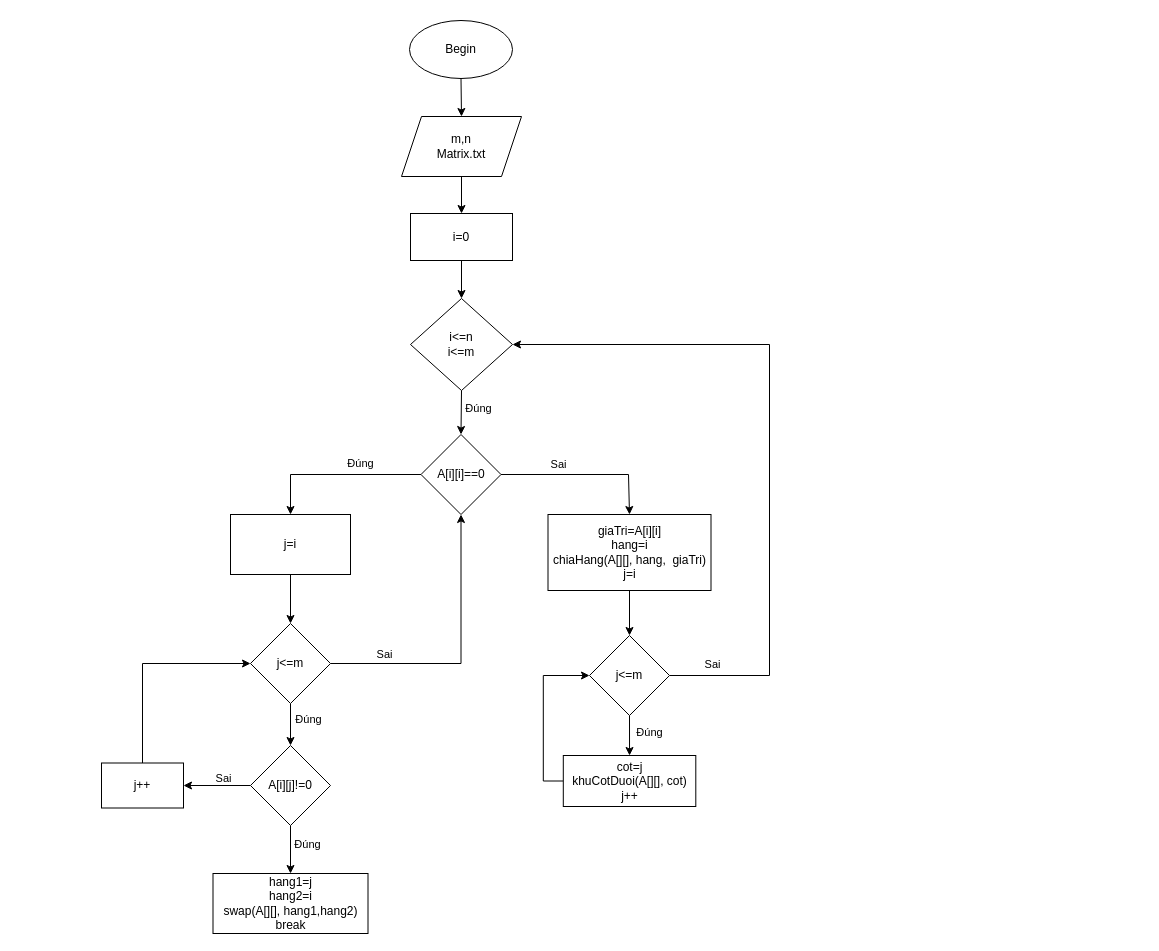
Above: Matrix_flowchart.drawio in Neal005/DrawnIO (draw.io), before the change. Source tidied: cells renumbered, new cells numbered last; positions are measured from the earlier drawing's top-left corner, leaving out a move shared by most shapes. Both pictures are drawn from the tidied source at 100%, with x=0, y=0 at pixel (101, 20).
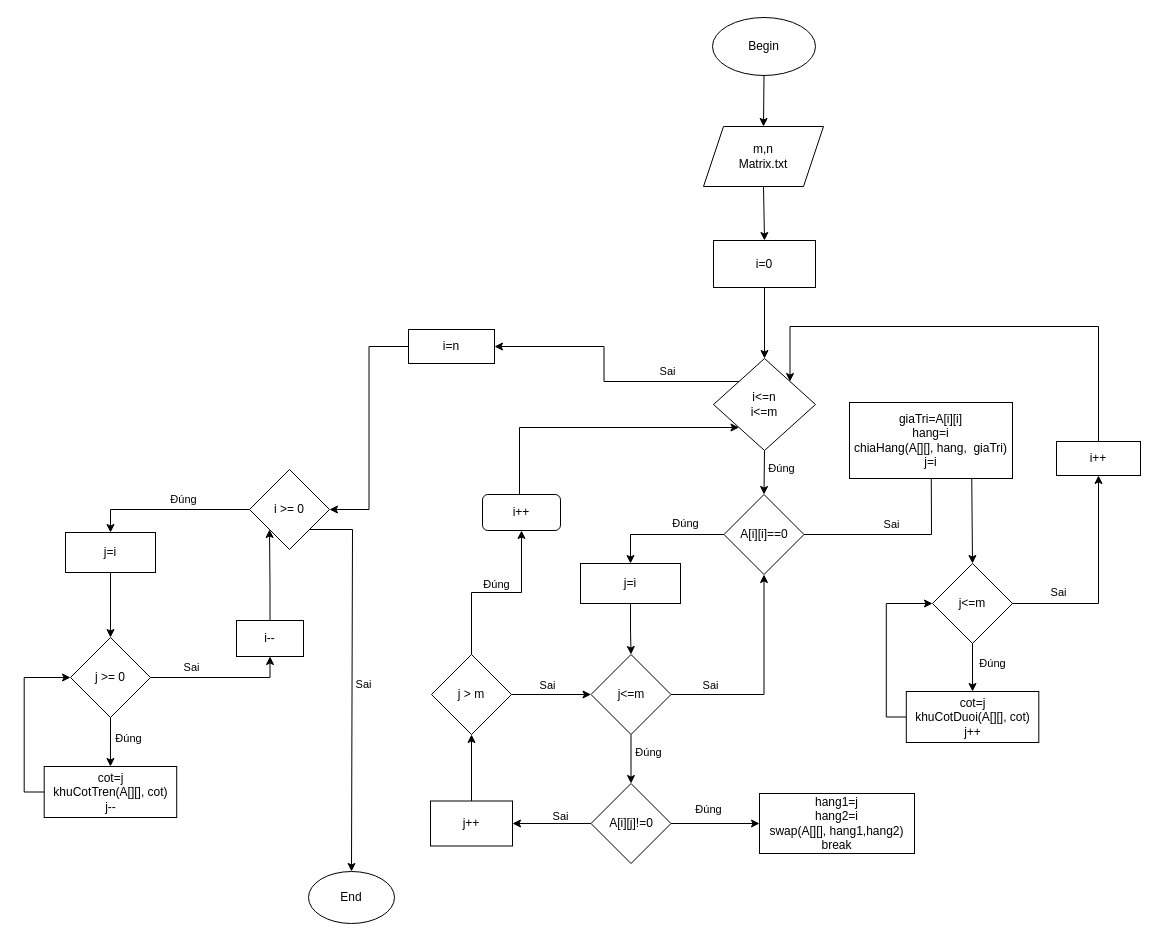
After the change.

What changed in the source:
```diff
@@
     <mxCell id="2" value="Begin" style="ellipse;whiteSpace=wrap;html=1;" parent="1" vertex="1">
-      <mxGeometry x="308" width="103" height="58" as="geometry" />
+      <mxGeometry x="611" y="-3" width="103" height="58" as="geometry" />
     </mxCell>
     <mxCell id="3" value="&lt;div&gt;m,n&lt;/div&gt;Matrix.txt" style="shape=parallelogram;perimeter=parallelogramPerimeter;whiteSpace=wrap;html=1;fixedSize=1;" parent="1" vertex="1">
-      <mxGeometry x="300" y="96" width="120" height="60" as="geometry" />
+      <mxGeometry x="602" y="106" width="120" height="60" as="geometry" />
     </mxCell>
@@
+    <mxCell id="40" style="edgeStyle=orthogonalEdgeStyle;rounded=0;jettySize=auto;html=1;exitX=0;exitY=0;exitDx=0;exitDy=0;entryX=1;entryY=0.5;entryDx=0;entryDy=0;" parent="1" edge="1" source="5" target="57">
+      <mxGeometry relative="1" as="geometry" />
+    </mxCell>
+    <mxCell id="41" value="Sai" style="edgeLabel;html=1;align=center;verticalAlign=middle;" parent="40" vertex="1">
+      <mxGeometry x="-0.47" y="-2" relative="1" as="geometry">
+        <mxPoint x="2" y="-9" as="offset" />
+      </mxGeometry>
+    </mxCell>
     <mxCell id="5" value="i&amp;lt;=n&lt;div&gt;&lt;span style=&quot;background-color: initial;&quot;&gt;i&amp;lt;=m&lt;/span&gt;&lt;/div&gt;" style="rhombus;whiteSpace=wrap;html=1;" parent="1" vertex="1">
-      <mxGeometry x="309" y="278" width="102" height="92" as="geometry" />
+      <mxGeometry x="612" y="338" width="102" height="92" as="geometry" />
     </mxCell>
-    <mxCell id="6" style="edgeStyle=orthogonalEdgeStyle;rounded=0;jettySize=auto;html=1;exitX=1;exitY=0.5;exitDx=0;exitDy=0;entryX=1;entryY=0.5;entryDx=0;entryDy=0;" parent="1" edge="1" source="8" target="5">
-      <mxGeometry relative="1" as="geometry">
-        <Array as="points">
-          <mxPoint x="668" y="655" />
-          <mxPoint x="668" y="324" />
-        </Array>
-      </mxGeometry>
-    </mxCell>
-    <mxCell id="7" value="Sai" style="edgeLabel;html=1;align=center;verticalAlign=middle;" parent="6" vertex="1">
-      <mxGeometry x="-0.89" y="1" relative="1" as="geometry">
-        <mxPoint x="4" y="-11" as="offset" />
-      </mxGeometry>
-    </mxCell>
+    <mxCell id="42" style="edgeStyle=orthogonalEdgeStyle;rounded=0;jettySize=auto;html=1;exitX=1;exitY=0.5;exitDx=0;exitDy=0;entryX=0.5;entryY=1;entryDx=0;entryDy=0;" parent="1" edge="1" source="8" target="48">
+      <mxGeometry relative="1" as="geometry" />
+    </mxCell>
+    <mxCell id="43" value="Sai" style="edgeLabel;html=1;align=center;verticalAlign=middle;" parent="42" vertex="1">
+      <mxGeometry x="-0.6" y="-2" relative="1" as="geometry">
+        <mxPoint x="2" y="-14" as="offset" />
+      </mxGeometry>
+    </mxCell>
     <mxCell id="8" value="j&amp;lt;=m" style="rhombus;whiteSpace=wrap;html=1;" parent="1" vertex="1">
-      <mxGeometry x="488" y="615" width="80" height="80" as="geometry" />
+      <mxGeometry x="831" y="543" width="80" height="80" as="geometry" />
     </mxCell>
     <mxCell id="9" style="endArrow=classic;html=1;rounded=0;entryX=0.5;entryY=0;entryDx=0;entryDy=0;exitX=1;exitY=0.5;exitDx=0;exitDy=0;" parent="1" edge="1" source="13" target="12">
       <mxGeometry relative="1" as="geometry">
         <Array as="points">
-          <mxPoint x="527" y="454" />
+          <mxPoint x="830" y="514" />
         </Array>
       </mxGeometry>
     </mxCell>
@@
     <mxCell id="12" value="&lt;div&gt;giaTri=A[i][i]&lt;/div&gt;&lt;div&gt;hang=i&lt;/div&gt;&lt;div&gt;chiaHang(A[][], hang,&amp;nbsp; giaTri)&lt;/div&gt;j=i" style="rounded=0;whiteSpace=wrap;html=1;" parent="1" vertex="1">
-      <mxGeometry x="446.5" y="494" width="163" height="76" as="geometry" />
+      <mxGeometry x="748" y="382" width="163" height="76" as="geometry" />
     </mxCell>
+    <mxCell id="24" style="edgeStyle=orthogonalEdgeStyle;rounded=0;jettySize=auto;html=1;exitX=0;exitY=0.5;exitDx=0;exitDy=0;entryX=0.5;entryY=0;entryDx=0;entryDy=0;" parent="1" edge="1" source="13" target="31">
+      <mxGeometry relative="1" as="geometry" />
+    </mxCell>
+    <mxCell id="44" value="Đúng" style="edgeLabel;html=1;align=center;verticalAlign=middle;" parent="24" vertex="1">
+      <mxGeometry x="-0.58" relative="1" as="geometry">
+        <mxPoint x="-13" y="-12" as="offset" />
+      </mxGeometry>
+    </mxCell>
     <mxCell id="13" value="A[i][i]==0" style="rhombus;whiteSpace=wrap;html=1;" parent="1" vertex="1">
-      <mxGeometry x="319.5" y="414" width="80" height="80" as="geometry" />
+      <mxGeometry x="622.5" y="474" width="80" height="80" as="geometry" />
     </mxCell>
@@
     <mxCell id="20" value="j&amp;lt;=m" style="rhombus;whiteSpace=wrap;html=1;" parent="1" vertex="1">
-      <mxGeometry x="149" y="603" width="80" height="80" as="geometry" />
+      <mxGeometry x="489.5" y="634" width="80" height="80" as="geometry" />
     </mxCell>
+    <mxCell id="22" style="edgeStyle=orthogonalEdgeStyle;rounded=0;jettySize=auto;html=1;exitX=0.5;exitY=1;exitDx=0;exitDy=0;" parent="1" edge="1" source="21" target="5">
+      <mxGeometry relative="1" as="geometry" />
+    </mxCell>
     <mxCell id="21" value="i=0" style="rounded=0;whiteSpace=wrap;html=1;" parent="1" vertex="1">
-      <mxGeometry x="309" y="193" width="102" height="47" as="geometry" />
+      <mxGeometry x="612" y="220" width="102" height="47" as="geometry" />
     </mxCell>
-    <mxCell id="22" style="endArrow=classic;html=1;rounded=0;entryX=0.5;entryY=0;entryDx=0;entryDy=0;exitX=0.5;exitY=1;exitDx=0;exitDy=0;" parent="1" edge="1" source="21" target="5">
-      <mxGeometry relative="1" as="geometry" />
-    </mxCell>
-    <mxCell id="23" style="endArrow=classic;html=1;rounded=0;entryX=0.5;entryY=0;entryDx=0;entryDy=0;exitX=0.5;exitY=1;exitDx=0;exitDy=0;" parent="1" edge="1" source="12" target="8">
+    <mxCell id="23" style="endArrow=classic;html=1;rounded=0;entryX=0.5;entryY=0;entryDx=0;entryDy=0;exitX=0.75;exitY=1;exitDx=0;exitDy=0;" parent="1" edge="1" source="12" target="8">
       <mxGeometry relative="1" as="geometry" />
     </mxCell>
-    <mxCell id="24" style="endArrow=classic;html=1;rounded=0;entryX=0.5;entryY=0;entryDx=0;entryDy=0;exitX=0;exitY=0.5;exitDx=0;exitDy=0;" parent="1" edge="1" source="13" target="31">
-      <mxGeometry relative="1" as="geometry">
-        <Array as="points">
-          <mxPoint x="189" y="454" />
-        </Array>
-      </mxGeometry>
-    </mxCell>
-    <mxCell id="25" value="Đúng" style="edgeLabel;html=1;align=center;verticalAlign=middle;" parent="24" vertex="1">
-      <mxGeometry x="-0.24" relative="1" as="geometry">
-        <mxPoint x="4" y="-12" as="offset" />
-      </mxGeometry>
-    </mxCell>
@@
     <mxCell id="27" value="&lt;div&gt;cot=j&lt;/div&gt;khuCotDuoi(A[][], cot)&lt;div&gt;j++&lt;/div&gt;" style="rounded=0;whiteSpace=wrap;html=1;" parent="1" vertex="1">
-      <mxGeometry x="461.8" y="735" width="132.5" height="51" as="geometry" />
+      <mxGeometry x="804.8" y="671" width="132.5" height="51" as="geometry" />
     </mxCell>
@@
     <mxCell id="31" value="j=i" style="rounded=0;whiteSpace=wrap;html=1;" parent="1" vertex="1">
-      <mxGeometry x="129" y="494" width="120" height="60" as="geometry" />
+      <mxGeometry x="479" y="543" width="100" height="40" as="geometry" />
     </mxCell>
     <mxCell id="32" value="&lt;div&gt;hang1=j&lt;/div&gt;&lt;div&gt;hang2=i&lt;/div&gt;swap(A[][], hang1,hang2)&lt;div&gt;break&lt;/div&gt;" style="rounded=0;whiteSpace=wrap;html=1;" parent="1" vertex="1">
-      <mxGeometry x="111.5" y="853" width="155" height="60" as="geometry" />
+      <mxGeometry x="658" y="773" width="155" height="60" as="geometry" />
     </mxCell>
-    <mxCell id="33" style="edgeStyle=orthogonalEdgeStyle;rounded=0;jettySize=auto;html=1;exitX=0.5;exitY=1;exitDx=0;exitDy=0;entryX=0.5;entryY=0;entryDx=0;entryDy=0;" parent="1" edge="1" source="37" target="32">
-      <mxGeometry relative="1" as="geometry" />
-    </mxCell>
-    <mxCell id="34" value="Đúng" style="edgeLabel;html=1;align=center;verticalAlign=middle;" parent="33" vertex="1">
-      <mxGeometry x="-0.29" y="3" relative="1" as="geometry">
-        <mxPoint x="13" y="1" as="offset" />
-      </mxGeometry>
-    </mxCell>
@@
+    <mxCell id="33" style="edgeStyle=orthogonalEdgeStyle;rounded=0;jettySize=auto;html=1;exitX=1;exitY=0.5;exitDx=0;exitDy=0;entryX=0;entryY=0.5;entryDx=0;entryDy=0;" parent="1" edge="1" source="37" target="32">
+      <mxGeometry relative="1" as="geometry" />
+    </mxCell>
+    <mxCell id="45" value="Đúng" style="edgeLabel;html=1;align=center;verticalAlign=middle;" parent="33" vertex="1">
+      <mxGeometry x="-0.2" y="4" relative="1" as="geometry">
+        <mxPoint x="2" y="-11" as="offset" />
+      </mxGeometry>
+    </mxCell>
     <mxCell id="37" value="A[i][j]!=0" style="rhombus;whiteSpace=wrap;html=1;" parent="1" vertex="1">
-      <mxGeometry x="149" y="725" width="80" height="80" as="geometry" />
+      <mxGeometry x="489.5" y="763" width="80" height="80" as="geometry" />
     </mxCell>
-    <mxCell id="38" style="edgeStyle=orthogonalEdgeStyle;rounded=0;jettySize=auto;html=1;exitX=0.5;exitY=0;exitDx=0;exitDy=0;entryX=0;entryY=0.5;entryDx=0;entryDy=0;" parent="1" edge="1" source="39" target="20">
-      <mxGeometry relative="1" as="geometry" />
-    </mxCell>
+    <mxCell id="46" style="edgeStyle=orthogonalEdgeStyle;rounded=0;jettySize=auto;html=1;exitX=0.5;exitY=0;exitDx=0;exitDy=0;entryX=0.5;entryY=1;entryDx=0;entryDy=0;" parent="1" edge="1" source="39" target="53">
+      <mxGeometry relative="1" as="geometry" />
+    </mxCell>
     <mxCell id="39" value="j++" style="rounded=0;whiteSpace=wrap;html=1;" parent="1" vertex="1">
-      <mxGeometry y="742.5" width="82" height="45" as="geometry" />
+      <mxGeometry x="329" y="780.5" width="82" height="45" as="geometry" />
     </mxCell>
+    <mxCell id="47" style="edgeStyle=orthogonalEdgeStyle;rounded=0;jettySize=auto;html=1;exitX=0.5;exitY=0;exitDx=0;exitDy=0;entryX=1;entryY=0;entryDx=0;entryDy=0;" parent="1" edge="1" source="48" target="5">
+      <mxGeometry relative="1" as="geometry">
+        <Array as="points">
+          <mxPoint x="997" y="306" />
+          <mxPoint x="689" y="306" />
+        </Array>
+      </mxGeometry>
+    </mxCell>
+    <mxCell id="48" value="i++" style="rounded=0;whiteSpace=wrap;html=1;" parent="1" vertex="1">
+      <mxGeometry x="955" y="421" width="84" height="34" as="geometry" />
+    </mxCell>
+    <mxCell id="49" style="edgeStyle=orthogonalEdgeStyle;rounded=0;jettySize=auto;html=1;entryX=0;entryY=0.5;entryDx=0;entryDy=0;" parent="1" edge="1" source="53" target="20">
+      <mxGeometry relative="1" as="geometry" />
+    </mxCell>
+    <mxCell id="50" value="Sai" style="edgeLabel;html=1;align=center;verticalAlign=middle;" parent="49" vertex="1">
+      <mxGeometry x="-0.19" y="-2" relative="1" as="geometry">
+        <mxPoint x="3" y="-12" as="offset" />
+      </mxGeometry>
+    </mxCell>
+    <mxCell id="51" style="edgeStyle=orthogonalEdgeStyle;rounded=0;jettySize=auto;html=1;exitX=0.5;exitY=0;exitDx=0;exitDy=0;entryX=0.5;entryY=1;entryDx=0;entryDy=0;" parent="1" edge="1" source="53" target="55">
+      <mxGeometry relative="1" as="geometry" />
+    </mxCell>
+    <mxCell id="52" value="Đúng" style="edgeLabel;html=1;align=center;verticalAlign=middle;" parent="51" vertex="1">
+      <mxGeometry x="-0.14" y="2" relative="1" as="geometry">
+        <mxPoint x="11" y="-7" as="offset" />
+      </mxGeometry>
+    </mxCell>
+    <mxCell id="53" value="j &amp;gt; m" style="rhombus;whiteSpace=wrap;html=1;" parent="1" vertex="1">
+      <mxGeometry x="330" y="634" width="80" height="80" as="geometry" />
+    </mxCell>
+    <mxCell id="54" style="edgeStyle=orthogonalEdgeStyle;rounded=0;jettySize=auto;html=1;exitX=0.5;exitY=0;exitDx=0;exitDy=0;entryX=0;entryY=1;entryDx=0;entryDy=0;" parent="1" edge="1" source="55" target="5">
+      <mxGeometry relative="1" as="geometry">
+        <Array as="points">
+          <mxPoint x="418" y="481" />
+          <mxPoint x="418" y="407" />
+        </Array>
+      </mxGeometry>
+    </mxCell>
+    <mxCell id="55" value="i++" style="rounded=1;whiteSpace=wrap;html=1;" parent="1" vertex="1">
+      <mxGeometry x="381" y="474" width="78" height="36" as="geometry" />
+    </mxCell>
+    <mxCell id="56" style="edgeStyle=orthogonalEdgeStyle;rounded=0;jettySize=auto;html=1;exitX=0;exitY=0.5;exitDx=0;exitDy=0;entryX=1;entryY=0.5;entryDx=0;entryDy=0;" parent="1" edge="1" source="57" target="62">
+      <mxGeometry relative="1" as="geometry" />
+    </mxCell>
+    <mxCell id="57" value="i=n" style="rounded=0;whiteSpace=wrap;html=1;" parent="1" vertex="1">
+      <mxGeometry x="307" y="309" width="86" height="34" as="geometry" />
+    </mxCell>
+    <mxCell id="58" style="edgeStyle=orthogonalEdgeStyle;rounded=0;jettySize=auto;html=1;exitX=0;exitY=0.5;exitDx=0;exitDy=0;entryX=0.5;entryY=0;entryDx=0;entryDy=0;" parent="1" edge="1" source="62" target="69">
+      <mxGeometry relative="1" as="geometry" />
+    </mxCell>
+    <mxCell id="59" value="Đúng" style="edgeLabel;html=1;align=center;verticalAlign=middle;" parent="58" vertex="1">
+      <mxGeometry x="-0.29" y="-1" relative="1" as="geometry">
+        <mxPoint x="-9" y="-10" as="offset" />
+      </mxGeometry>
+    </mxCell>
+    <mxCell id="60" style="edgeStyle=orthogonalEdgeStyle;rounded=0;jettySize=auto;html=1;exitX=1;exitY=1;exitDx=0;exitDy=0;entryX=0.5;entryY=0;entryDx=0;entryDy=0;" parent="1" edge="1" source="62" target="70">
+      <mxGeometry relative="1" as="geometry">
+        <Array as="points">
+          <mxPoint x="251" y="509" />
+        </Array>
+      </mxGeometry>
+    </mxCell>
+    <mxCell id="61" value="Sai" style="edgeLabel;html=1;align=center;verticalAlign=middle;" parent="60" vertex="1">
+      <mxGeometry x="0.11" y="2" relative="1" as="geometry">
+        <mxPoint x="9" y="-17" as="offset" />
+      </mxGeometry>
+    </mxCell>
+    <mxCell id="62" value="i &amp;gt;= 0" style="rhombus;whiteSpace=wrap;html=1;" parent="1" vertex="1">
+      <mxGeometry x="148" y="449" width="80" height="80" as="geometry" />
+    </mxCell>
+    <mxCell id="63" style="edgeStyle=orthogonalEdgeStyle;rounded=0;jettySize=auto;html=1;exitX=0.5;exitY=1;exitDx=0;exitDy=0;entryX=0.5;entryY=0;entryDx=0;entryDy=0;" parent="1" edge="1" source="67" target="72">
+      <mxGeometry relative="1" as="geometry" />
+    </mxCell>
+    <mxCell id="64" value="Đúng" style="edgeLabel;html=1;align=center;verticalAlign=middle;" parent="63" vertex="1">
+      <mxGeometry x="-0.17" relative="1" as="geometry">
+        <mxPoint x="18" y="1" as="offset" />
+      </mxGeometry>
+    </mxCell>
+    <mxCell id="65" style="edgeStyle=orthogonalEdgeStyle;rounded=0;jettySize=auto;html=1;exitX=1;exitY=0.5;exitDx=0;exitDy=0;entryX=0.5;entryY=1;entryDx=0;entryDy=0;" parent="1" edge="1" source="67" target="74">
+      <mxGeometry relative="1" as="geometry" />
+    </mxCell>
+    <mxCell id="66" value="Sai" style="edgeLabel;html=1;align=center;verticalAlign=middle;" parent="65" vertex="1">
+      <mxGeometry x="-0.37" relative="1" as="geometry">
+        <mxPoint x="-4" y="-11" as="offset" />
+      </mxGeometry>
+    </mxCell>
+    <mxCell id="67" value="j &amp;gt;= 0" style="rhombus;whiteSpace=wrap;html=1;" parent="1" vertex="1">
+      <mxGeometry x="-31" y="617" width="80" height="80" as="geometry" />
+    </mxCell>
+    <mxCell id="68" style="edgeStyle=orthogonalEdgeStyle;rounded=0;jettySize=auto;html=1;exitX=0.5;exitY=1;exitDx=0;exitDy=0;entryX=0.5;entryY=0;entryDx=0;entryDy=0;" parent="1" edge="1" source="69" target="67">
+      <mxGeometry relative="1" as="geometry" />
+    </mxCell>
+    <mxCell id="69" value="j=i" style="rounded=0;whiteSpace=wrap;html=1;" parent="1" vertex="1">
+      <mxGeometry x="-36" y="512" width="90" height="40" as="geometry" />
+    </mxCell>
+    <mxCell id="70" value="End" style="ellipse;whiteSpace=wrap;html=1;" parent="1" vertex="1">
+      <mxGeometry x="207" y="851" width="86" height="52" as="geometry" />
+    </mxCell>
+    <mxCell id="71" style="edgeStyle=orthogonalEdgeStyle;rounded=0;jettySize=auto;html=1;exitX=0;exitY=0.5;exitDx=0;exitDy=0;entryX=0;entryY=0.5;entryDx=0;entryDy=0;" parent="1" edge="1" source="72" target="67">
+      <mxGeometry relative="1" as="geometry" />
+    </mxCell>
+    <mxCell id="72" value="&lt;div&gt;cot=j&lt;/div&gt;khuCotTren(A[][], cot)&lt;div&gt;j--&lt;/div&gt;" style="rounded=0;whiteSpace=wrap;html=1;" parent="1" vertex="1">
+      <mxGeometry x="-57.3" y="746" width="132.5" height="51" as="geometry" />
+    </mxCell>
+    <mxCell id="73" style="edgeStyle=orthogonalEdgeStyle;rounded=0;jettySize=auto;html=1;exitX=0.5;exitY=0;exitDx=0;exitDy=0;entryX=0;entryY=1;entryDx=0;entryDy=0;" parent="1" edge="1" source="74" target="62">
+      <mxGeometry relative="1" as="geometry" />
+    </mxCell>
+    <mxCell id="74" value="i--" style="rounded=0;whiteSpace=wrap;html=1;" parent="1" vertex="1">
+      <mxGeometry x="135" y="600" width="67" height="36" as="geometry" />
+    </mxCell>
```
